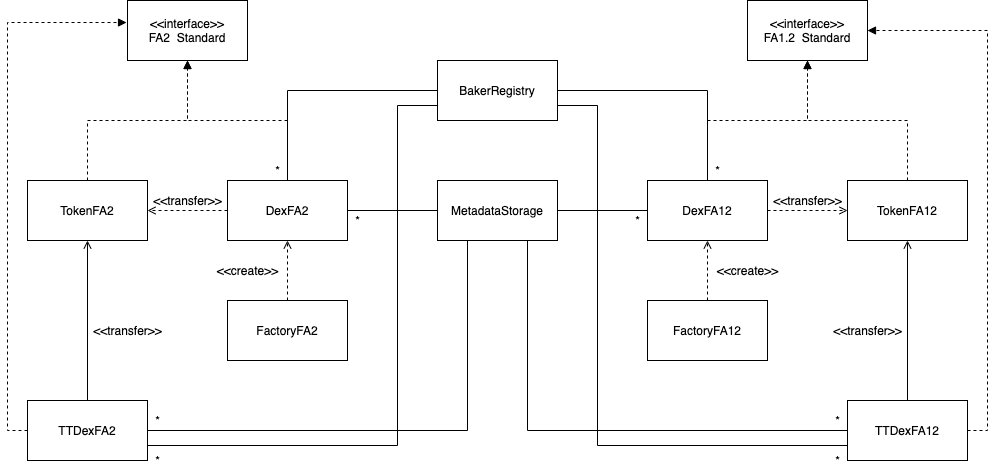
Above: Architecture.png in madfish-solutions/quipuswap-core (draw.io), before the change. Source tidied: cells renumbered, new cells last; positions are measured from the earlier drawing's top-left corner, leaving out a move shared by most shapes.
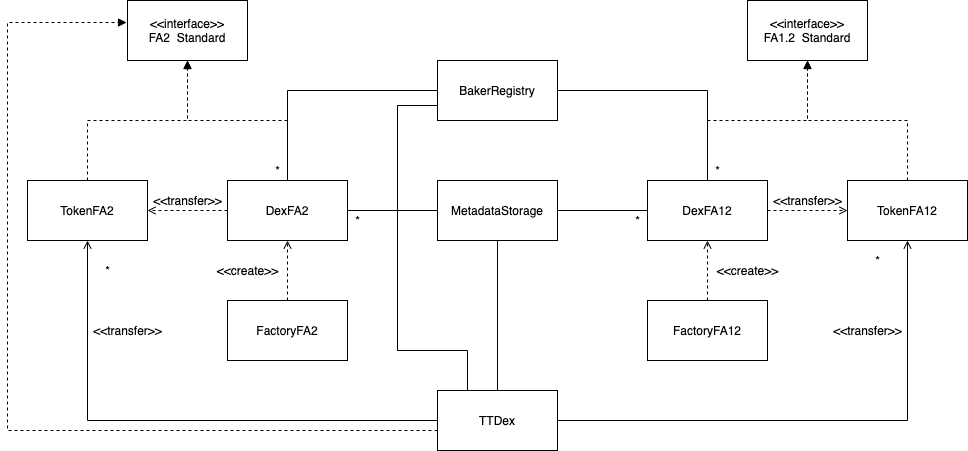
After the change.

The edit, as a diff of the source:
```diff
@@ -92,7 +92,7 @@
     <mxCell id="31" value="*" style="text;html=1;align=center;verticalAlign=middle;" parent="1" vertex="1">
       <mxGeometry x="620" y="210" width="20" height="20" as="geometry" />
     </mxCell>
-    <mxCell id="32" style="edgeStyle=orthogonalEdgeStyle;rounded=0;jettySize=auto;html=1;entryX=0.25;entryY=1;entryDx=0;entryDy=0;endArrow=none;endFill=0;" parent="1" edge="1" source="36" target="8">
+    <mxCell id="32" style="edgeStyle=orthogonalEdgeStyle;rounded=0;jettySize=auto;html=1;entryX=0.5;entryY=1;entryDx=0;entryDy=0;endArrow=none;endFill=0;" parent="1" edge="1" source="36" target="8">
       <mxGeometry relative="1" as="geometry" />
     </mxCell>
     <mxCell id="33" style="edgeStyle=orthogonalEdgeStyle;rounded=0;jettySize=auto;html=1;entryX=0.5;entryY=1;entryDx=0;entryDy=0;endArrow=open;endFill=0;" parent="1" edge="1" source="36" target="13">
@@ -106,54 +106,32 @@
         </Array>
       </mxGeometry>
     </mxCell>
-    <mxCell id="35" style="edgeStyle=orthogonalEdgeStyle;rounded=0;jettySize=auto;html=1;exitX=1;exitY=0.75;exitDx=0;exitDy=0;entryX=0;entryY=0.75;entryDx=0;entryDy=0;startArrow=none;startFill=0;endArrow=none;endFill=0;" parent="1" edge="1" source="36" target="29">
+    <mxCell id="35" style="edgeStyle=orthogonalEdgeStyle;rounded=0;jettySize=auto;html=1;exitX=0.25;exitY=0;exitDx=0;exitDy=0;entryX=0;entryY=0.75;entryDx=0;entryDy=0;startArrow=none;startFill=0;endArrow=none;endFill=0;" parent="1" edge="1" source="36" target="29">
       <mxGeometry relative="1" as="geometry">
         <Array as="points">
-          <mxPoint x="390" y="445" />
+          <mxPoint x="460" y="350" />
+          <mxPoint x="390" y="350" />
           <mxPoint x="390" y="105" />
         </Array>
       </mxGeometry>
     </mxCell>
-    <mxCell id="36" value="TTDexFA2" style="rounded=0;whiteSpace=wrap;html=1;" parent="1" vertex="1">
-      <mxGeometry x="20" y="400" width="120" height="60" as="geometry" />
-    </mxCell>
-    <mxCell id="37" style="edgeStyle=orthogonalEdgeStyle;rounded=0;jettySize=auto;html=1;exitX=0;exitY=0.5;exitDx=0;exitDy=0;entryX=0.75;entryY=1;entryDx=0;entryDy=0;endArrow=none;endFill=0;" parent="1" edge="1" source="41" target="8">
-      <mxGeometry relative="1" as="geometry" />
-    </mxCell>
-    <mxCell id="38" style="edgeStyle=orthogonalEdgeStyle;rounded=0;jettySize=auto;html=1;entryX=0.5;entryY=1;entryDx=0;entryDy=0;endArrow=open;endFill=0;" parent="1" edge="1" source="41" target="19">
+    <mxCell id="38" style="edgeStyle=orthogonalEdgeStyle;rounded=0;jettySize=auto;html=1;entryX=0.5;entryY=1;entryDx=0;entryDy=0;endArrow=open;endFill=0;exitX=1;exitY=0.5;exitDx=0;exitDy=0;" parent="1" edge="1" source="36" target="19">
       <mxGeometry relative="1" as="geometry" />
     </mxCell>
-    <mxCell id="39" style="edgeStyle=orthogonalEdgeStyle;rounded=0;jettySize=auto;html=1;exitX=1;exitY=0.5;exitDx=0;exitDy=0;entryX=1;entryY=0.5;entryDx=0;entryDy=0;endArrow=block;endFill=1;dashed=1;" parent="1" edge="1" source="41" target="17">
-      <mxGeometry relative="1" as="geometry" />
-    </mxCell>
-    <mxCell id="40" style="edgeStyle=orthogonalEdgeStyle;rounded=0;jettySize=auto;html=1;exitX=0;exitY=0.75;exitDx=0;exitDy=0;entryX=1;entryY=0.75;entryDx=0;entryDy=0;startArrow=none;startFill=0;endArrow=none;endFill=0;" parent="1" edge="1" source="41" target="29">
-      <mxGeometry relative="1" as="geometry">
-        <Array as="points">
-          <mxPoint x="590" y="445" />
-          <mxPoint x="590" y="105" />
-        </Array>
-      </mxGeometry>
-    </mxCell>
-    <mxCell id="41" value="TTDexFA12" style="rounded=0;whiteSpace=wrap;html=1;" parent="1" vertex="1">
-      <mxGeometry x="840" y="400" width="120" height="60" as="geometry" />
-    </mxCell>
     <mxCell id="42" value="*" style="text;html=1;align=center;verticalAlign=middle;" parent="1" vertex="1">
-      <mxGeometry x="820" y="410" width="20" height="20" as="geometry" />
+      <mxGeometry x="90" y="260" width="20" height="20" as="geometry" />
     </mxCell>
-    <mxCell id="43" value="*" style="text;html=1;align=center;verticalAlign=middle;" parent="1" vertex="1">
-      <mxGeometry x="140" y="410" width="20" height="20" as="geometry" />
-    </mxCell>
     <mxCell id="44" value="&amp;lt;&amp;lt;transfer&amp;gt;&amp;gt;" style="text;html=1;align=center;verticalAlign=middle;" parent="1" vertex="1">
       <mxGeometry x="820" y="320" width="80" height="20" as="geometry" />
     </mxCell>
     <mxCell id="45" value="&amp;lt;&amp;lt;transfer&amp;gt;&amp;gt;" style="text;html=1;align=center;verticalAlign=middle;" parent="1" vertex="1">
       <mxGeometry x="80" y="320" width="80" height="20" as="geometry" />
     </mxCell>
-    <mxCell id="46" value="*" style="text;html=1;align=center;verticalAlign=middle;" parent="1" vertex="1">
-      <mxGeometry x="820" y="450" width="20" height="20" as="geometry" />
-    </mxCell>
-    <mxCell id="47" value="*" style="text;html=1;align=center;verticalAlign=middle;" parent="1" vertex="1">
-      <mxGeometry x="140" y="450" width="20" height="20" as="geometry" />
-    </mxCell>
+    <mxCell id="36" value="TTDex" style="rounded=0;whiteSpace=wrap;html=1;" parent="1" vertex="1">
+      <mxGeometry x="430" y="390" width="120" height="60" as="geometry" />
+    </mxCell>
+    <mxCell id="48" value="*" style="text;html=1;align=center;verticalAlign=middle;" parent="1" vertex="1">
+      <mxGeometry x="860" y="250" width="20" height="20" as="geometry" />
+    </mxCell>
   </root>
 </mxGraphModel>
```
